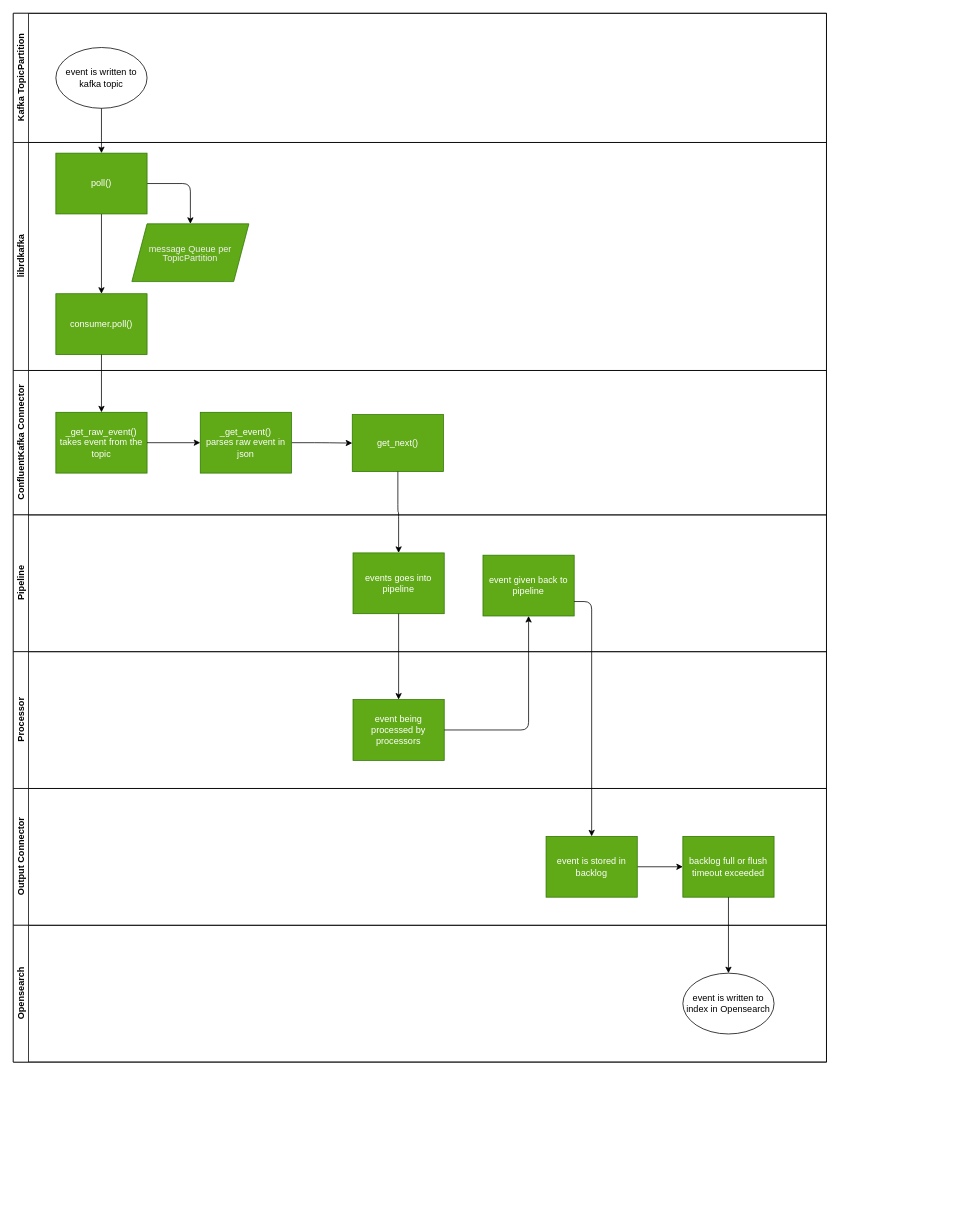
Before: doc/source/development/architecture/diagramms/event.drawio in fkie-cad/Logprep, a draw.io diagram. Source tidied: cells renumbered, new cells numbered last; positions are measured from the earlier drawing's top-left corner, leaving out a move shared by most shapes. Both pictures are drawn from the tidied source at 76%, with x=0, y=0 at pixel (13, 13).
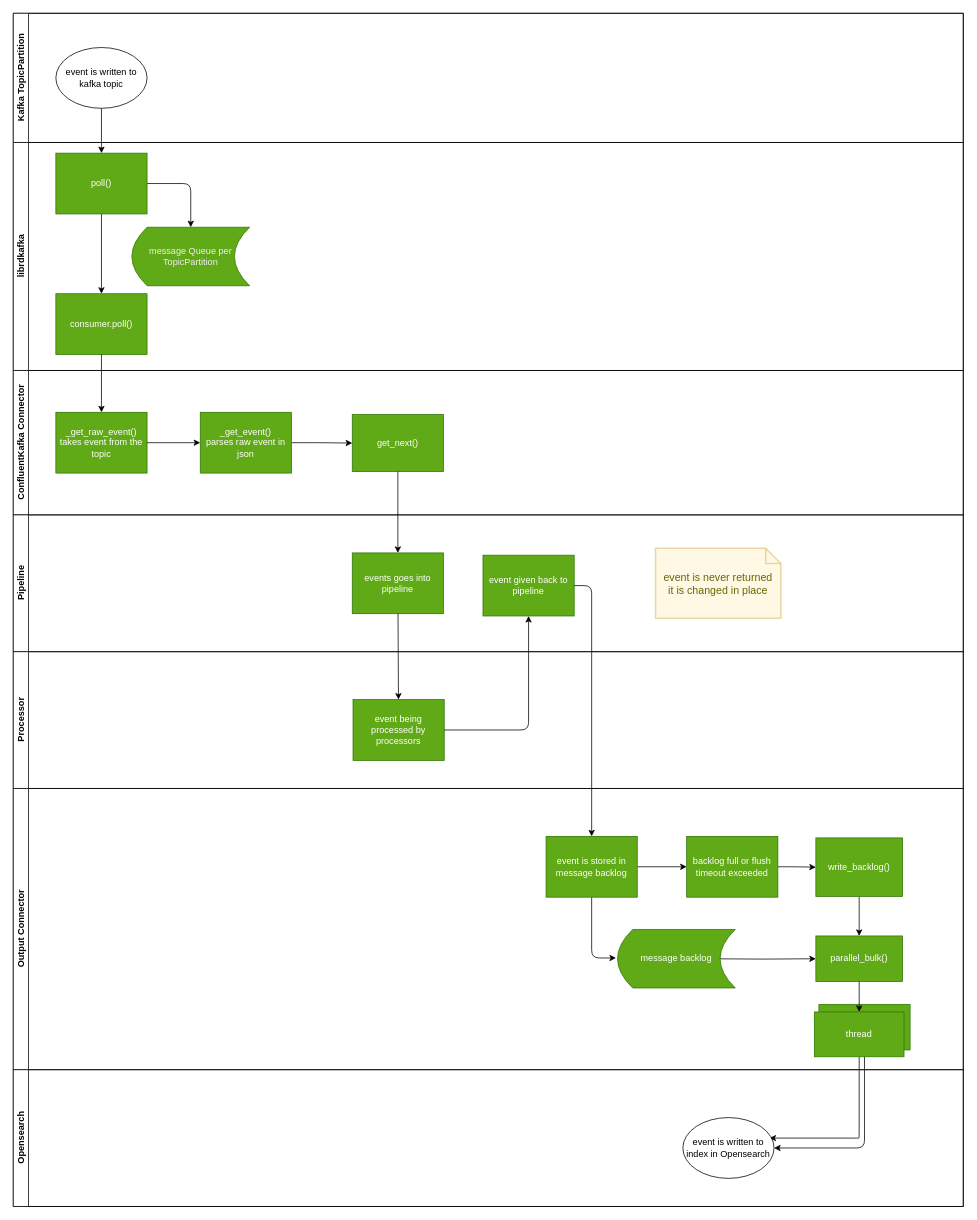
The same diagram, later.

Unchanged cells that the change refers to:
```xml
<mxCell id="8" value="poll()" style="rounded=0;whiteSpace=wrap;html=1;fillColor=#60a917;fontColor=#ffffff;strokeColor=#2D7600;" parent="5" vertex="1">
  <mxGeometry x="56" y="14" width="120" height="80" as="geometry" />
</mxCell>
<mxCell id="19" value="event given back to pipeline" style="rounded=0;whiteSpace=wrap;html=1;fillColor=#60a917;fontColor=#ffffff;strokeColor=#2D7600;" parent="17" vertex="1">
  <mxGeometry x="618" y="53" width="120" height="80" as="geometry" />
</mxCell>
<mxCell id="27" value="event is written to index in Opensearch" style="ellipse;whiteSpace=wrap;html=1;" parent="26" vertex="1">
  <mxGeometry x="881" y="63" width="120" height="80" as="geometry" />
</mxCell>
```

The edit, as a diff of the source:
```diff
@@
     <mxCell id="2" style="swimlane;html=1;horizontal=1;startSize=0;whiteSpace=wrap;" parent="1" vertex="1">
-      <mxGeometry width="1070" height="1380" as="geometry" />
+      <mxGeometry width="1250" height="1570" as="geometry" />
     </mxCell>
+    <mxCell id="35" style="edgeStyle=orthogonalEdgeStyle;html=1;entryX=1;entryY=0.5;entryDx=0;entryDy=0;exitX=0.5;exitY=1;exitDx=0;exitDy=0;" parent="2" edge="1" source="43" target="27">
+      <mxGeometry relative="1" as="geometry" />
+    </mxCell>
+    <mxCell id="36" style="edgeStyle=orthogonalEdgeStyle;html=1;exitX=0.5;exitY=1;exitDx=0;exitDy=0;" parent="2" edge="1" source="44">
+      <mxGeometry relative="1" as="geometry">
+        <mxPoint x="995" y="1480" as="targetPoint" />
+        <Array as="points">
+          <mxPoint x="1112" y="1480" />
+          <mxPoint x="1000" y="1480" />
+        </Array>
+      </mxGeometry>
+    </mxCell>
     <mxCell id="3" value="Kafka TopicPartition" style="swimlane;html=1;startSize=20;horizontal=0;" parent="2" vertex="1">
-      <mxGeometry width="1070" height="170" as="geometry" />
+      <mxGeometry width="1250" height="170" as="geometry" />
     </mxCell>
@@
     <mxCell id="5" value="librdkafka" style="swimlane;html=1;startSize=20;horizontal=0;" parent="2" vertex="1">
-      <mxGeometry y="170" width="1070" height="300" as="geometry" />
+      <mxGeometry y="170" width="1250" height="300" as="geometry" />
     </mxCell>
@@
     <mxCell id="7" style="edgeStyle=orthogonalEdgeStyle;html=1;entryX=0.5;entryY=0;entryDx=0;entryDy=0;exitX=1;exitY=0.5;exitDx=0;exitDy=0;" parent="5" edge="1" source="8" target="10">
-      <mxGeometry relative="1" as="geometry" />
+      <mxGeometry relative="1" as="geometry">
+        <Array as="points">
+          <mxPoint x="234" y="54" />
+        </Array>
+      </mxGeometry>
     </mxCell>
@@
-    <mxCell id="10" value="&lt;p style=&quot;line-height: 100%;&quot;&gt;&lt;br&gt;&lt;span style=&quot;color: rgb(240, 240, 240); font-family: Helvetica; font-size: 12px; font-style: normal; font-variant-ligatures: normal; font-variant-caps: normal; font-weight: 400; letter-spacing: normal; orphans: 2; text-align: center; text-indent: 0px; text-transform: none; widows: 2; word-spacing: 0px; -webkit-text-stroke-width: 0px; text-decoration-thickness: initial; text-decoration-style: initial; text-decoration-color: initial; float: none; display: inline !important;&quot;&gt;message Queue per TopicPartition&lt;/span&gt;&lt;br&gt;&lt;br&gt;&lt;/p&gt;" style="shape=parallelogram;perimeter=parallelogramPerimeter;whiteSpace=wrap;html=1;fixedSize=1;sketch=0;size=20;fillColor=#60a917;fontColor=#ffffff;strokeColor=#2D7600;" parent="5" vertex="1">
-      <mxGeometry x="156" y="107" width="154" height="76" as="geometry" />
+    <mxCell id="10" value="&lt;span style=&quot;color: rgb(240, 240, 240);&quot;&gt;message Queue per TopicPartition&lt;/span&gt;" style="shape=dataStorage;whiteSpace=wrap;html=1;fixedSize=1;fillColor=#60a917;fontColor=#ffffff;strokeColor=#2D7600;align=center;" parent="5" vertex="1">
+      <mxGeometry x="156" y="111.5" width="155" height="77" as="geometry" />
     </mxCell>
     <mxCell id="11" value="ConfluentKafka Connector" style="swimlane;html=1;startSize=20;horizontal=0;" parent="2" vertex="1">
-      <mxGeometry y="470" width="1070" height="190" as="geometry" />
+      <mxGeometry y="470" width="1250" height="190" as="geometry" />
     </mxCell>
@@
     <mxCell id="17" value="Pipeline" style="swimlane;html=1;startSize=20;horizontal=0;" parent="2" vertex="1">
-      <mxGeometry y="660" width="1070" height="180" as="geometry" />
+      <mxGeometry y="660" width="1250" height="180" as="geometry" />
     </mxCell>
     <mxCell id="18" value="events goes into pipeline" style="rounded=0;whiteSpace=wrap;html=1;fillColor=#60a917;fontColor=#ffffff;strokeColor=#2D7600;" parent="17" vertex="1">
-      <mxGeometry x="447" y="50" width="120" height="80" as="geometry" />
+      <mxGeometry x="446" y="50" width="120" height="80" as="geometry" />
     </mxCell>
@@
+    <mxCell id="37" value="event is never returned&lt;br&gt;it is changed in place" style="shape=note;strokeWidth=2;fontSize=14;size=20;whiteSpace=wrap;html=1;fillColor=#fff2cc;strokeColor=#d6b656;fontColor=#666600;opacity=50;" parent="17" vertex="1">
+      <mxGeometry x="845" y="44" width="165" height="92" as="geometry" />
+    </mxCell>
     <mxCell id="20" value="Processor" style="swimlane;html=1;startSize=20;horizontal=0;" parent="2" vertex="1">
-      <mxGeometry y="840" width="1070" height="180" as="geometry" />
+      <mxGeometry y="840" width="1250" height="180" as="geometry" />
     </mxCell>
@@
     <mxCell id="22" value="Output Connector" style="swimlane;html=1;startSize=20;horizontal=0;" parent="2" vertex="1">
-      <mxGeometry y="1020" width="1070" height="180" as="geometry" />
+      <mxGeometry y="1020" width="1250" height="370" as="geometry" />
     </mxCell>
+    <mxCell id="38" style="edgeStyle=orthogonalEdgeStyle;html=1;entryX=0;entryY=0.5;entryDx=0;entryDy=0;" parent="22" edge="1" source="24">
+      <mxGeometry relative="1" as="geometry">
+        <mxPoint x="793" y="223" as="targetPoint" />
+        <Array as="points">
+          <mxPoint x="761" y="223" />
+        </Array>
+      </mxGeometry>
+    </mxCell>
@@
-    <mxCell id="24" value="event is stored in backlog" style="rounded=0;whiteSpace=wrap;html=1;fillColor=#60a917;fontColor=#ffffff;strokeColor=#2D7600;" parent="22" vertex="1">
+    <mxCell id="24" value="event is stored in message backlog" style="rounded=0;whiteSpace=wrap;html=1;fillColor=#60a917;fontColor=#ffffff;strokeColor=#2D7600;" parent="22" vertex="1">
       <mxGeometry x="701" y="63" width="120" height="80" as="geometry" />
     </mxCell>
+    <mxCell id="39" style="edgeStyle=orthogonalEdgeStyle;html=1;" parent="22" edge="1" source="25" target="41">
+      <mxGeometry relative="1" as="geometry" />
+    </mxCell>
     <mxCell id="25" value="backlog full or flush timeout exceeded" style="rounded=0;whiteSpace=wrap;html=1;fillColor=#60a917;fontColor=#ffffff;strokeColor=#2D7600;" parent="22" vertex="1">
-      <mxGeometry x="881" y="63" width="120" height="80" as="geometry" />
+      <mxGeometry x="886" y="63" width="120" height="80" as="geometry" />
     </mxCell>
+    <mxCell id="40" style="edgeStyle=orthogonalEdgeStyle;html=1;" parent="22" edge="1" source="41" target="42">
+      <mxGeometry relative="1" as="geometry" />
+    </mxCell>
+    <mxCell id="41" value="write_backlog()" style="rounded=0;whiteSpace=wrap;html=1;fillColor=#60a917;fontColor=#ffffff;strokeColor=#2D7600;" parent="22" vertex="1">
+      <mxGeometry x="1056" y="65" width="114" height="77" as="geometry" />
+    </mxCell>
+    <mxCell id="42" value="parallel_bulk()" style="rounded=0;whiteSpace=wrap;html=1;fillColor=#60a917;fontColor=#ffffff;strokeColor=#2D7600;" parent="22" vertex="1">
+      <mxGeometry x="1056" y="194" width="114" height="60" as="geometry" />
+    </mxCell>
+    <mxCell id="43" style="rounded=0;whiteSpace=wrap;html=1;fillColor=#60a917;fontColor=#ffffff;strokeColor=#2D7600;" parent="22" vertex="1">
+      <mxGeometry x="1060" y="284" width="120" height="60" as="geometry" />
+    </mxCell>
+    <mxCell id="44" value="thread" style="rounded=0;whiteSpace=wrap;html=1;fillColor=#60a917;fontColor=#ffffff;strokeColor=#2D7600;" parent="22" vertex="1">
+      <mxGeometry x="1054" y="294" width="118" height="59" as="geometry" />
+    </mxCell>
+    <mxCell id="45" style="edgeStyle=orthogonalEdgeStyle;html=1;" parent="22" edge="1" source="42" target="44">
+      <mxGeometry relative="1" as="geometry" />
+    </mxCell>
+    <mxCell id="46" style="edgeStyle=orthogonalEdgeStyle;html=1;entryX=0;entryY=0.5;entryDx=0;entryDy=0;" parent="22" edge="1" target="42">
+      <mxGeometry relative="1" as="geometry">
+        <mxPoint x="915" y="224" as="sourcePoint" />
+      </mxGeometry>
+    </mxCell>
+    <mxCell id="47" value="message backlog" style="shape=dataStorage;whiteSpace=wrap;html=1;fixedSize=1;fillColor=#60a917;fontColor=#ffffff;strokeColor=#2D7600;" parent="22" vertex="1">
+      <mxGeometry x="795" y="185.5" width="155" height="77" as="geometry" />
+    </mxCell>
     <mxCell id="26" value="Opensearch" style="swimlane;html=1;startSize=20;horizontal=0;" parent="2" vertex="1">
-      <mxGeometry y="1200" width="1070" height="180" as="geometry" />
+      <mxGeometry y="1390" width="1250" height="180" as="geometry" />
     </mxCell>
@@
-    <mxCell id="31" style="edgeStyle=orthogonalEdgeStyle;html=1;entryX=0.5;entryY=0;entryDx=0;entryDy=0;" parent="2" edge="1" source="19" target="24">
+    <mxCell id="31" style="edgeStyle=orthogonalEdgeStyle;html=1;entryX=0.5;entryY=0;entryDx=0;entryDy=0;exitX=1;exitY=0.5;exitDx=0;exitDy=0;" parent="2" edge="1" source="19" target="24">
       <mxGeometry relative="1" as="geometry">
         <Array as="points">
-          <mxPoint x="761" y="774" />
+          <mxPoint x="761" y="753" />
         </Array>
       </mxGeometry>
     </mxCell>
@@
-    <mxCell id="34" style="edgeStyle=orthogonalEdgeStyle;html=1;" parent="2" edge="1" source="25" target="27">
-      <mxGeometry relative="1" as="geometry" />
-    </mxCell>
```
